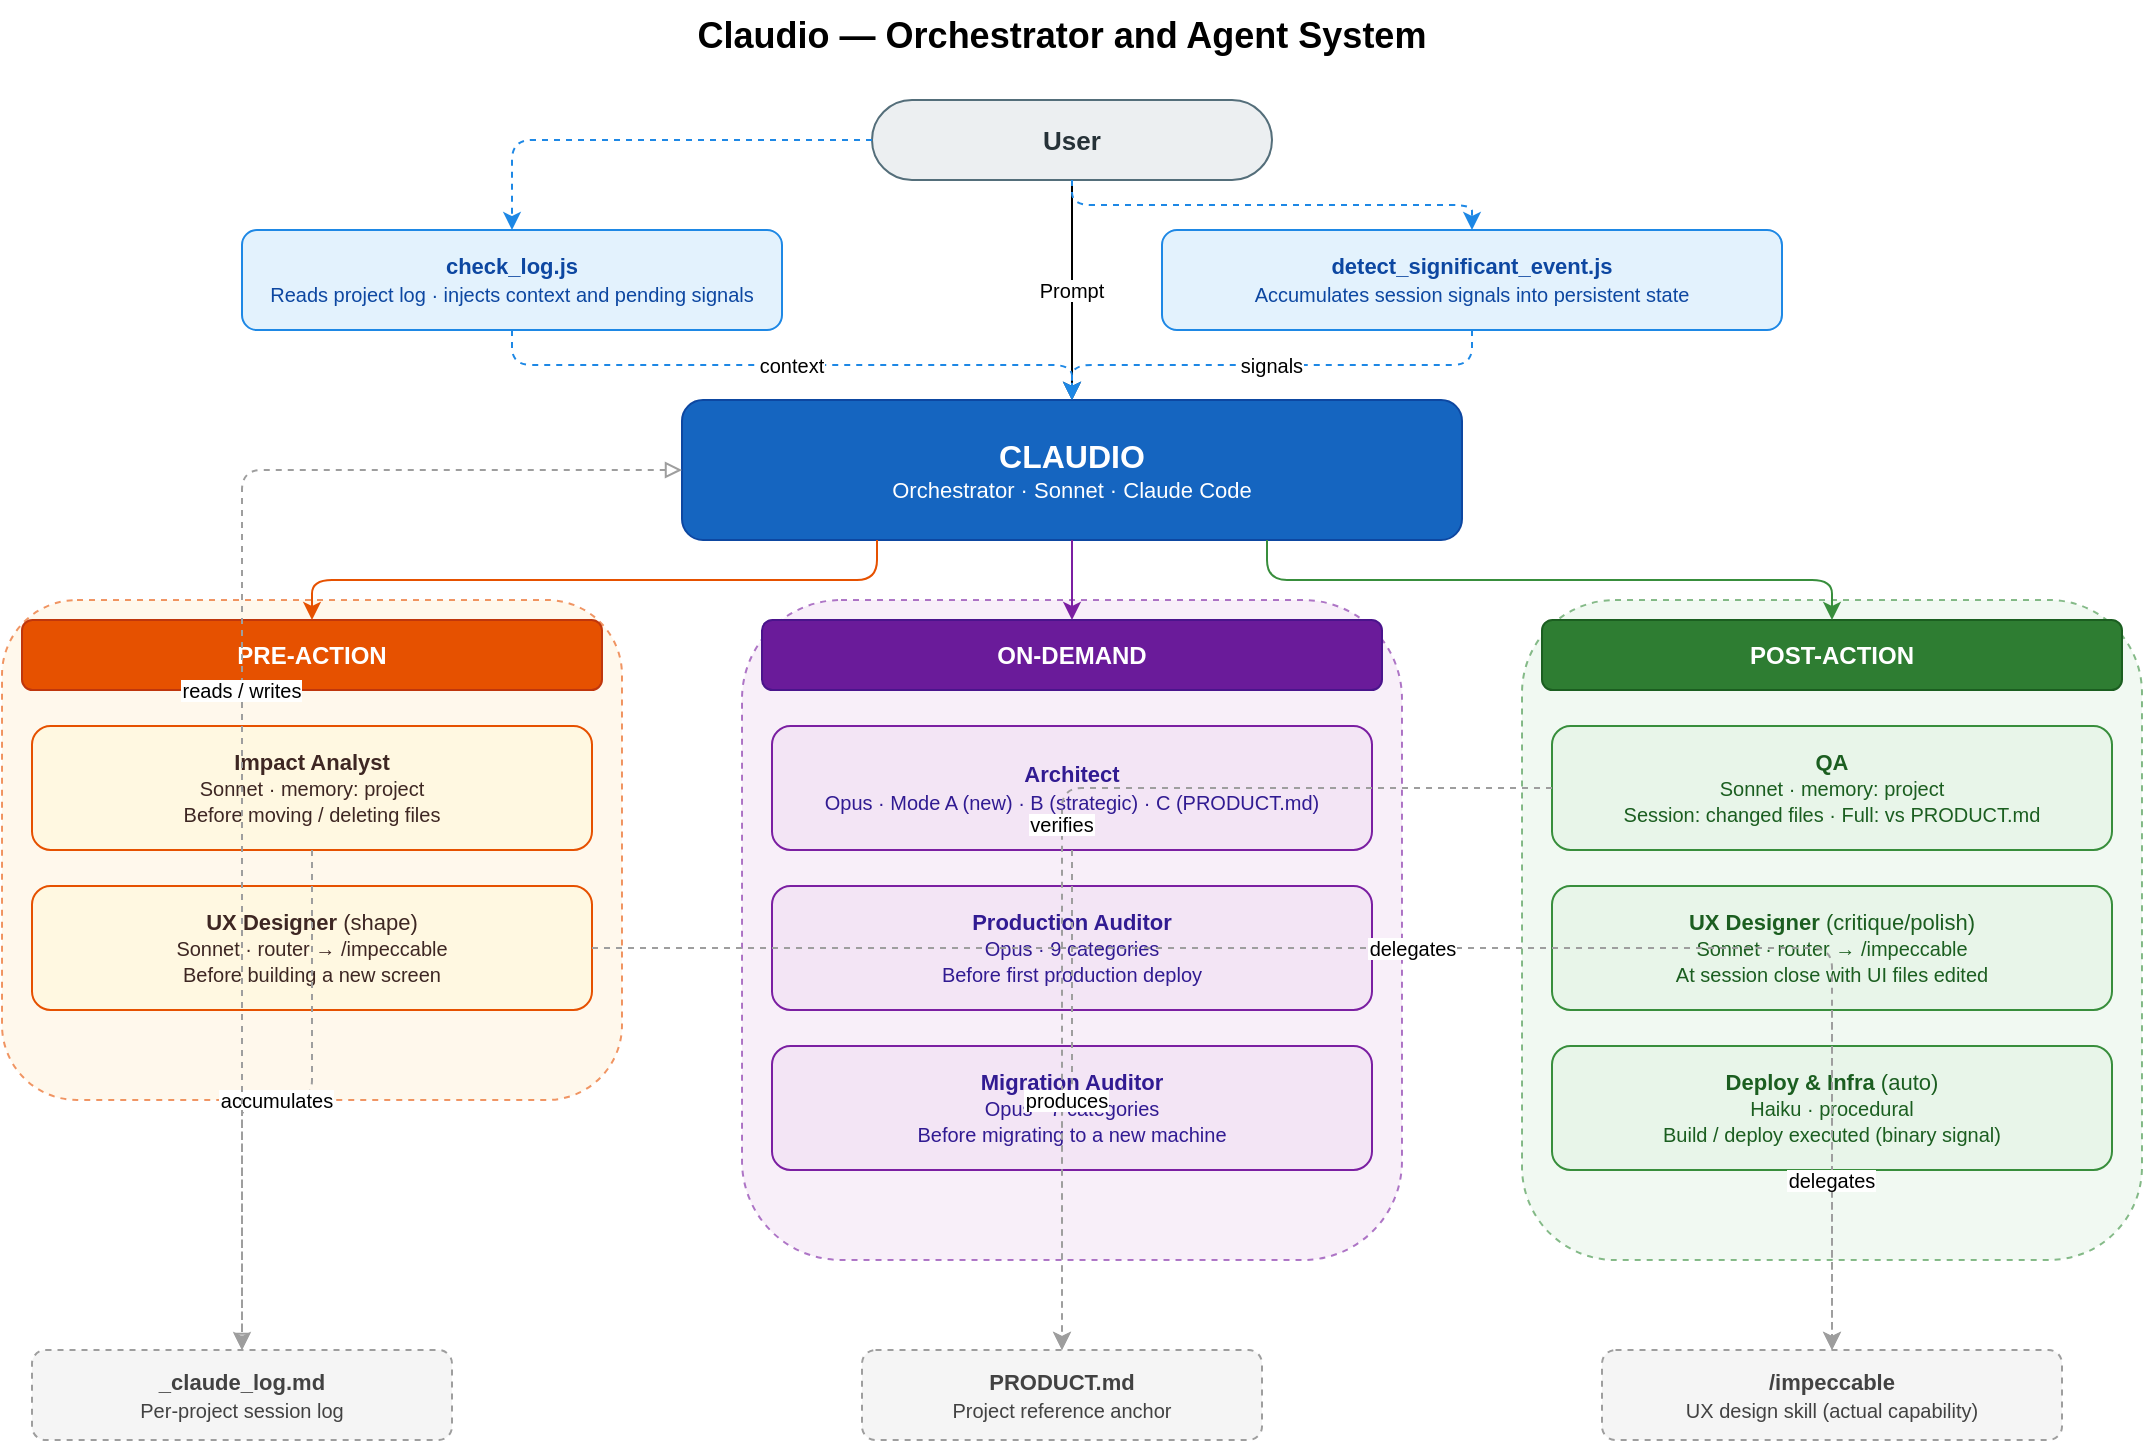
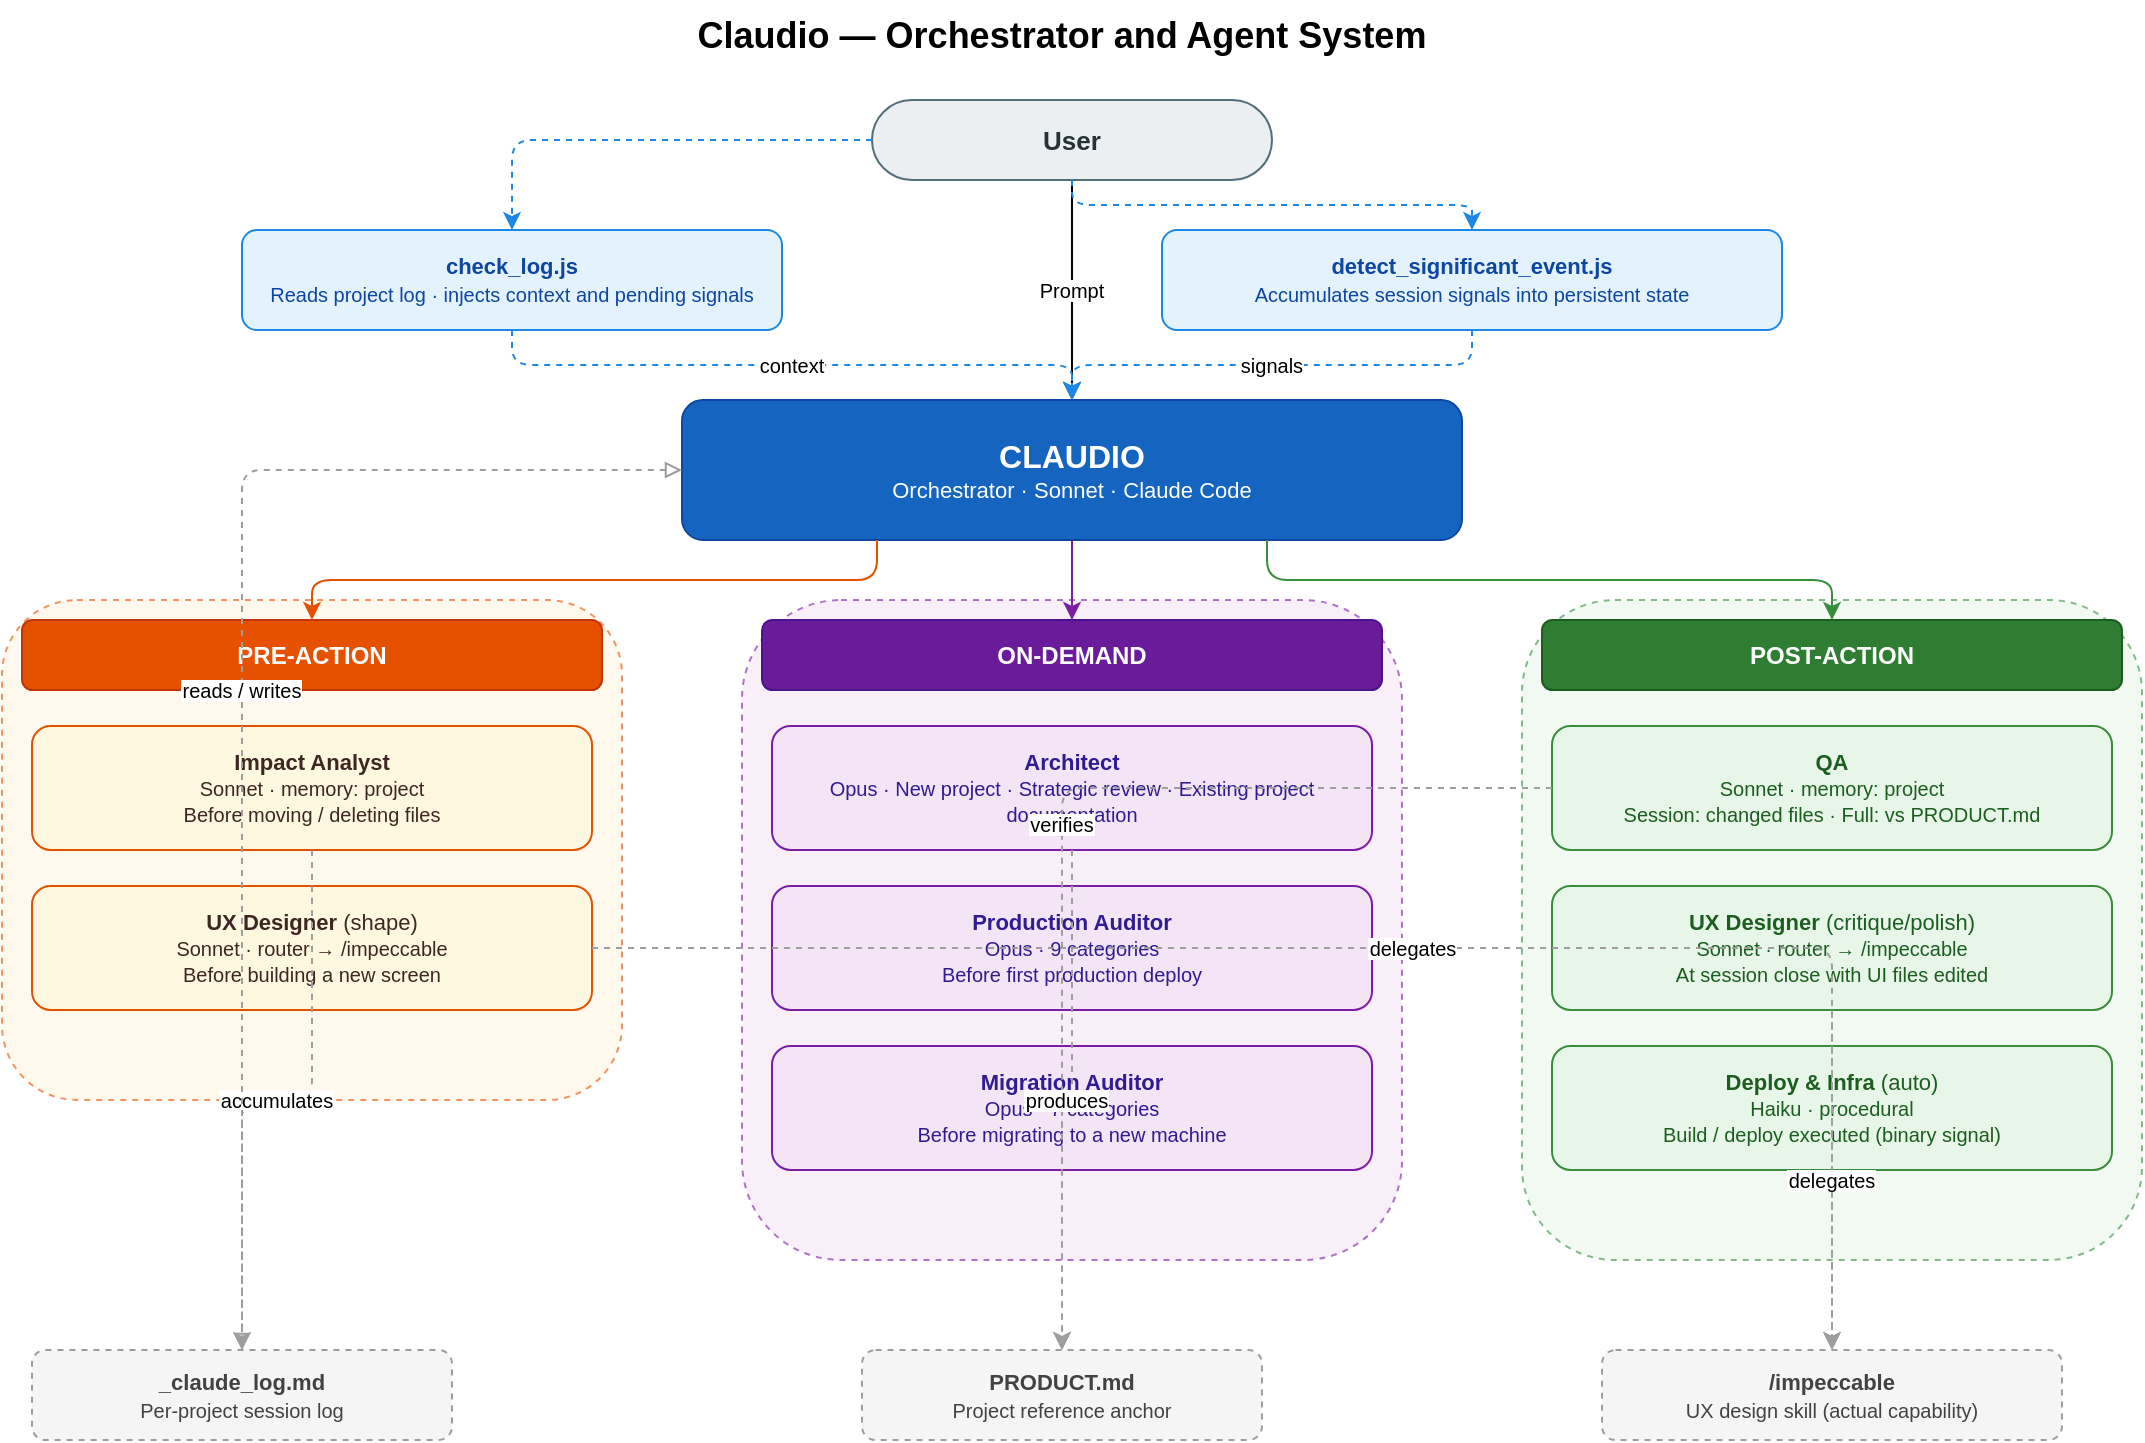
<mxfile host="Electron">
  <diagram id="Ni3HUuLisEKuIpU-hkW_" name="Página-1">
    <mxGraphModel dx="1212" dy="736" grid="0" gridSize="10" guides="1" tooltips="1" connect="1" arrows="1" fold="1" page="0" pageScale="1" pageWidth="1169" pageHeight="827" math="0" shadow="0" adaptiveColors="auto">
      <root>
        <mxCell id="0" />
        <mxCell id="1" parent="0" />
        <mxCell id="title" parent="1" style="text;html=1;strokeColor=none;fillColor=none;align=center;verticalAlign=middle;whiteSpace=wrap;" value="&lt;b&gt;&lt;font style=&quot;font-size:18px;&quot;&gt;Claudio — Orchestrator and Agent System&lt;/font&gt;&lt;/b&gt;" vertex="1">
          <mxGeometry height="35" width="700" x="200" y="15" as="geometry" />
        </mxCell>
        <mxCell id="user" parent="1" style="rounded=1;whiteSpace=wrap;html=1;fillColor=#ECEFF1;strokeColor=#546E7A;fontColor=#263238;arcSize=50;" value="&lt;b&gt;&lt;font style=&quot;font-size:13px;&quot;&gt;User&lt;/font&gt;&lt;/b&gt;" vertex="1">
          <mxGeometry height="40" width="200" x="455" y="65" as="geometry" />
        </mxCell>
        <mxCell id="hcheck" parent="1" style="rounded=1;whiteSpace=wrap;html=1;fillColor=#E3F2FD;strokeColor=#1E88E5;fontColor=#0D47A1;fontSize=11;" value="&lt;b&gt;check_log.js&lt;/b&gt;&lt;br&gt;&lt;font style=&quot;font-size:10px;&quot;&gt;Reads project log · injects context and pending signals&lt;/font&gt;" vertex="1">
          <mxGeometry height="50" width="270" x="140" y="130" as="geometry" />
        </mxCell>
        <mxCell id="hdetect" parent="1" style="rounded=1;whiteSpace=wrap;html=1;fillColor=#E3F2FD;strokeColor=#1E88E5;fontColor=#0D47A1;fontSize=11;" value="&lt;b&gt;detect_significant_event.js&lt;/b&gt;&lt;br&gt;&lt;font style=&quot;font-size:10px;&quot;&gt;Accumulates session signals into persistent state&lt;/font&gt;" vertex="1">
          <mxGeometry height="50" width="310" x="600" y="130" as="geometry" />
        </mxCell>
        <mxCell id="claudio" parent="1" style="rounded=1;whiteSpace=wrap;html=1;fillColor=#1565C0;strokeColor=#0D47A1;fontColor=#FFFFFF;fontSize=12;" value="&lt;b&gt;&lt;font style=&quot;font-size:16px;&quot;&gt;CLAUDIO&lt;/font&gt;&lt;/b&gt;&lt;br&gt;&lt;font style=&quot;font-size:11px;&quot;&gt;Orchestrator · Sonnet · Claude Code&lt;/font&gt;" vertex="1">
          <mxGeometry height="70" width="390" x="360" y="215" as="geometry" />
        </mxCell>
        <mxCell id="bgpre" parent="1" style="rounded=1;whiteSpace=wrap;html=1;fillColor=#FFF3E0;strokeColor=#E65100;dashed=1;opacity=60;pointerEvents=0;" value="" vertex="1">
          <mxGeometry height="250" width="310" x="20" y="315" as="geometry" />
        </mxCell>
        <mxCell id="bgdemand" parent="1" style="rounded=1;whiteSpace=wrap;html=1;fillColor=#F3E5F5;strokeColor=#7B1FA2;dashed=1;opacity=60;pointerEvents=0;" value="" vertex="1">
          <mxGeometry height="330" width="330" x="390" y="315" as="geometry" />
        </mxCell>
        <mxCell id="bgpost" parent="1" style="rounded=1;whiteSpace=wrap;html=1;fillColor=#E8F5E9;strokeColor=#388E3C;dashed=1;opacity=60;pointerEvents=0;" value="" vertex="1">
          <mxGeometry height="330" width="310" x="780" y="315" as="geometry" />
        </mxCell>
        <mxCell id="hdrpre" parent="1" style="rounded=1;whiteSpace=wrap;html=1;fillColor=#E65100;strokeColor=#BF360C;fontColor=#FFFFFF;fontSize=12;" value="&lt;b&gt;PRE-ACTION&lt;/b&gt;" vertex="1">
          <mxGeometry height="35" width="290" x="30" y="325" as="geometry" />
        </mxCell>
        <mxCell id="hdrdemand" parent="1" style="rounded=1;whiteSpace=wrap;html=1;fillColor=#6A1B9A;strokeColor=#4A148C;fontColor=#FFFFFF;fontSize=12;" value="&lt;b&gt;ON-DEMAND&lt;/b&gt;" vertex="1">
          <mxGeometry height="35" width="310" x="400" y="325" as="geometry" />
        </mxCell>
        <mxCell id="hdrpost" parent="1" style="rounded=1;whiteSpace=wrap;html=1;fillColor=#2E7D32;strokeColor=#1B5E20;fontColor=#FFFFFF;fontSize=12;" value="&lt;b&gt;POST-ACTION&lt;/b&gt;" vertex="1">
          <mxGeometry height="35" width="290" x="790" y="325" as="geometry" />
        </mxCell>
        <mxCell id="analista" parent="1" style="rounded=1;whiteSpace=wrap;html=1;fillColor=#FFF8E1;strokeColor=#E65100;fontColor=#3E2723;fontSize=11;" value="&lt;b&gt;Impact Analyst&lt;/b&gt;&lt;br&gt;&lt;font style=&quot;font-size:10px;&quot;&gt;Sonnet · memory: project&lt;br&gt;Before moving / deleting files&lt;/font&gt;" vertex="1">
          <mxGeometry height="62" width="280" x="35" y="378" as="geometry" />
        </mxCell>
        <mxCell id="uxshape" parent="1" style="rounded=1;whiteSpace=wrap;html=1;fillColor=#FFF8E1;strokeColor=#E65100;fontColor=#3E2723;fontSize=11;" value="&lt;b&gt;UX Designer&lt;/b&gt; (shape)&lt;br&gt;&lt;font style=&quot;font-size:10px;&quot;&gt;Sonnet · router → /impeccable&lt;br&gt;Before building a new screen&lt;/font&gt;" vertex="1">
          <mxGeometry height="62" width="280" x="35" y="458" as="geometry" />
        </mxCell>
-         <mxCell id="arq" parent="1" style="rounded=1;whiteSpace=wrap;html=1;fillColor=#F3E5F5;strokeColor=#7B1FA2;fontColor=#311B92;fontSize=11;" value="&lt;b&gt;Architect&lt;/b&gt;&lt;br&gt;&lt;font style=&quot;font-size:10px;&quot;&gt;Opus · Mode A (new) · B (strategic) · C (PRODUCT.md)&lt;/font&gt;" vertex="1">
+         <mxCell id="arq" parent="1" style="rounded=1;whiteSpace=wrap;html=1;fillColor=#F3E5F5;strokeColor=#7B1FA2;fontColor=#311B92;fontSize=11;" value="&lt;b&gt;Architect&lt;/b&gt;&lt;br&gt;&lt;font style=&quot;font-size:10px;&quot;&gt;Opus · New project · Strategic review · Existing project documentation&lt;/font&gt;" vertex="1">
          <mxGeometry height="62" width="300" x="405" y="378" as="geometry" />
        </mxCell>
        <mxCell id="audprod" parent="1" style="rounded=1;whiteSpace=wrap;html=1;fillColor=#F3E5F5;strokeColor=#7B1FA2;fontColor=#311B92;fontSize=11;" value="&lt;b&gt;Production Auditor&lt;/b&gt;&lt;br&gt;&lt;font style=&quot;font-size:10px;&quot;&gt;Opus · 9 categories&lt;br&gt;Before first production deploy&lt;/font&gt;" vertex="1">
          <mxGeometry height="62" width="300" x="405" y="458" as="geometry" />
        </mxCell>
        <mxCell id="audmigr" parent="1" style="rounded=1;whiteSpace=wrap;html=1;fillColor=#F3E5F5;strokeColor=#7B1FA2;fontColor=#311B92;fontSize=11;" value="&lt;b&gt;Migration Auditor&lt;/b&gt;&lt;br&gt;&lt;font style=&quot;font-size:10px;&quot;&gt;Opus · 7 categories&lt;br&gt;Before migrating to a new machine&lt;/font&gt;" vertex="1">
          <mxGeometry height="62" width="300" x="405" y="538" as="geometry" />
        </mxCell>
        <mxCell id="qa" parent="1" style="rounded=1;whiteSpace=wrap;html=1;fillColor=#E8F5E9;strokeColor=#388E3C;fontColor=#1B5E20;fontSize=11;" value="&lt;b&gt;QA&lt;/b&gt;&lt;br&gt;&lt;font style=&quot;font-size:10px;&quot;&gt;Sonnet · memory: project&lt;br&gt;Session: changed files · Full: vs PRODUCT.md&lt;/font&gt;" vertex="1">
          <mxGeometry height="62" width="280" x="795" y="378" as="geometry" />
        </mxCell>
        <mxCell id="uxcrit" parent="1" style="rounded=1;whiteSpace=wrap;html=1;fillColor=#E8F5E9;strokeColor=#388E3C;fontColor=#1B5E20;fontSize=11;" value="&lt;b&gt;UX Designer&lt;/b&gt; (critique/polish)&lt;br&gt;&lt;font style=&quot;font-size:10px;&quot;&gt;Sonnet · router → /impeccable&lt;br&gt;At session close with UI files edited&lt;/font&gt;" vertex="1">
          <mxGeometry height="62" width="280" x="795" y="458" as="geometry" />
        </mxCell>
        <mxCell id="deploy" parent="1" style="rounded=1;whiteSpace=wrap;html=1;fillColor=#E8F5E9;strokeColor=#388E3C;fontColor=#1B5E20;fontSize=11;" value="&lt;b&gt;Deploy &amp;amp; Infra&lt;/b&gt; (auto)&lt;br&gt;&lt;font style=&quot;font-size:10px;&quot;&gt;Haiku · procedural&lt;br&gt;Build / deploy executed (binary signal)&lt;/font&gt;" vertex="1">
          <mxGeometry height="62" width="280" x="795" y="538" as="geometry" />
        </mxCell>
        <mxCell id="logfile" parent="1" style="rounded=1;whiteSpace=wrap;html=1;fillColor=#F5F5F5;strokeColor=#9E9E9E;fontColor=#424242;fontSize=11;dashed=1;" value="&lt;b&gt;_claude_log.md&lt;/b&gt;&lt;br&gt;&lt;font style=&quot;font-size:10px;&quot;&gt;Per-project session log&lt;/font&gt;" vertex="1">
          <mxGeometry height="45" width="210" x="35" y="690" as="geometry" />
        </mxCell>
        <mxCell id="productmd" parent="1" style="rounded=1;whiteSpace=wrap;html=1;fillColor=#F5F5F5;strokeColor=#9E9E9E;fontColor=#424242;fontSize=11;dashed=1;" value="&lt;b&gt;PRODUCT.md&lt;/b&gt;&lt;br&gt;&lt;font style=&quot;font-size:10px;&quot;&gt;Project reference anchor&lt;/font&gt;" vertex="1">
          <mxGeometry height="45" width="200" x="450" y="690" as="geometry" />
        </mxCell>
        <mxCell id="impskill" parent="1" style="rounded=1;whiteSpace=wrap;html=1;fillColor=#F5F5F5;strokeColor=#9E9E9E;fontColor=#424242;fontSize=11;dashed=1;" value="&lt;b&gt;/impeccable&lt;/b&gt;&lt;br&gt;&lt;font style=&quot;font-size:10px;&quot;&gt;UX design skill (actual capability)&lt;/font&gt;" vertex="1">
          <mxGeometry height="45" width="230" x="820" y="690" as="geometry" />
        </mxCell>
        <mxCell id="e1" edge="1" parent="1" source="user" style="edgeStyle=orthogonalEdgeStyle;fontSize=10;" target="claudio" value="Prompt">
          <mxGeometry relative="1" as="geometry" />
        </mxCell>
        <mxCell id="e2" edge="1" parent="1" source="user" style="edgeStyle=orthogonalEdgeStyle;dashed=1;strokeColor=#1E88E5;" target="hcheck" value="">
          <mxGeometry relative="1" as="geometry" />
        </mxCell>
        <mxCell id="e3" edge="1" parent="1" source="user" style="edgeStyle=orthogonalEdgeStyle;dashed=1;strokeColor=#1E88E5;" target="hdetect" value="">
          <mxGeometry relative="1" as="geometry" />
        </mxCell>
        <mxCell id="e4" edge="1" parent="1" source="hcheck" style="edgeStyle=orthogonalEdgeStyle;dashed=1;strokeColor=#1E88E5;fontSize=10;" target="claudio" value="context">
          <mxGeometry relative="1" as="geometry" />
        </mxCell>
        <mxCell id="e5" edge="1" parent="1" source="hdetect" style="edgeStyle=orthogonalEdgeStyle;dashed=1;strokeColor=#1E88E5;fontSize=10;" target="claudio" value="signals">
          <mxGeometry relative="1" as="geometry" />
        </mxCell>
        <mxCell id="e6" edge="1" parent="1" source="claudio" style="edgeStyle=orthogonalEdgeStyle;strokeColor=#E65100;exitX=0.25;exitY=1;exitDx=0;exitDy=0;" target="hdrpre" value="">
          <mxGeometry relative="1" as="geometry" />
        </mxCell>
        <mxCell id="e7" edge="1" parent="1" source="claudio" style="edgeStyle=orthogonalEdgeStyle;strokeColor=#7B1FA2;exitX=0.5;exitY=1;exitDx=0;exitDy=0;" target="hdrdemand" value="">
          <mxGeometry relative="1" as="geometry" />
        </mxCell>
        <mxCell id="e8" edge="1" parent="1" source="claudio" style="edgeStyle=orthogonalEdgeStyle;strokeColor=#388E3C;exitX=0.75;exitY=1;exitDx=0;exitDy=0;" target="hdrpost" value="">
          <mxGeometry relative="1" as="geometry" />
        </mxCell>
        <mxCell id="e9" edge="1" parent="1" source="uxshape" style="edgeStyle=orthogonalEdgeStyle;dashed=1;strokeColor=#9E9E9E;fontSize=10;" target="impskill" value="delegates">
          <mxGeometry relative="1" as="geometry" />
        </mxCell>
        <mxCell id="e10" edge="1" parent="1" source="uxcrit" style="edgeStyle=orthogonalEdgeStyle;dashed=1;strokeColor=#9E9E9E;fontSize=10;" target="impskill" value="delegates">
          <mxGeometry relative="1" as="geometry" />
        </mxCell>
        <mxCell id="e11" edge="1" parent="1" source="qa" style="edgeStyle=orthogonalEdgeStyle;dashed=1;strokeColor=#9E9E9E;fontSize=10;" target="productmd" value="verifies">
          <mxGeometry relative="1" as="geometry" />
        </mxCell>
        <mxCell id="e12" edge="1" parent="1" source="analista" style="edgeStyle=orthogonalEdgeStyle;dashed=1;strokeColor=#9E9E9E;fontSize=10;" target="logfile" value="accumulates">
          <mxGeometry relative="1" as="geometry" />
        </mxCell>
        <mxCell id="e13" edge="1" parent="1" source="claudio" style="edgeStyle=orthogonalEdgeStyle;dashed=1;strokeColor=#9E9E9E;fontSize=10;startArrow=block;startFill=0;endArrow=block;endFill=0;" target="logfile" value="reads / writes">
          <mxGeometry relative="1" as="geometry" />
        </mxCell>
        <mxCell id="e14" edge="1" parent="1" source="arq" style="edgeStyle=orthogonalEdgeStyle;dashed=1;strokeColor=#9E9E9E;fontSize=10;" target="productmd" value="produces">
          <mxGeometry relative="1" as="geometry" />
        </mxCell>
      </root>
    </mxGraphModel>
  </diagram>
</mxfile>
